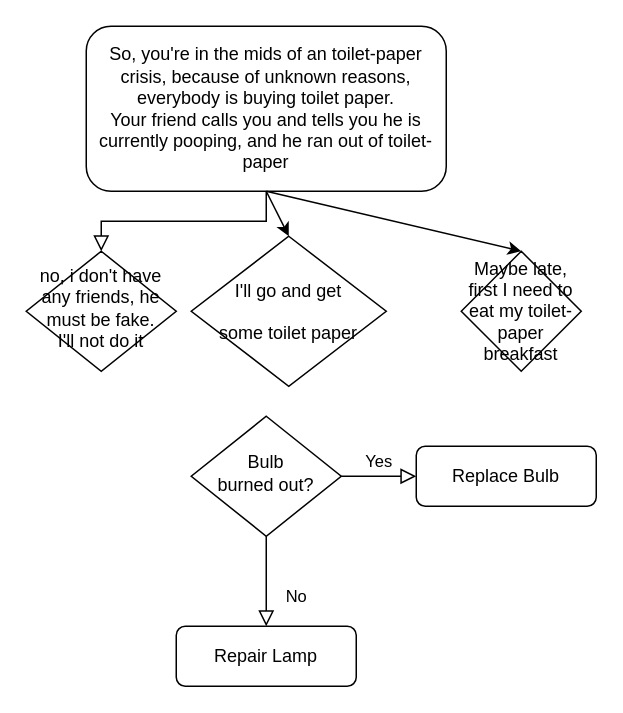
Above: Untitled Diagram.drawio in alx365/Story-for-Toiletpaper-Please (draw.io), before the change. Source tidied: cells renumbered, new cells numbered last; positions are measured from the earlier drawing's top-left corner, leaving out a move shared by most shapes. Both pictures are drawn from the tidied source at 150%, with x=0, y=0 at pixel (26, 26).
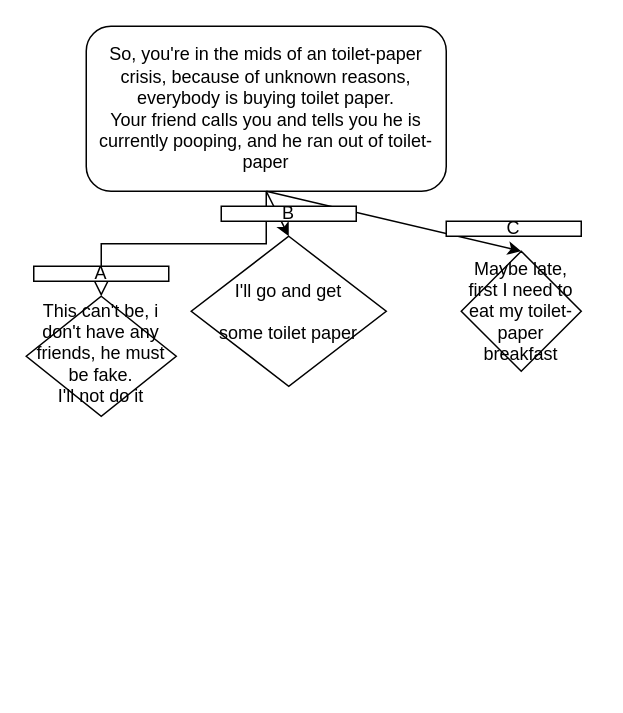
Above is the later version.

The edit, as a diff of the source:
```diff
@@
 <mxGraphModel>
   <root>
     <mxCell id="0" />
     <mxCell id="1" parent="0" />
     <mxCell id="2" style="rounded=0;html=1;jettySize=auto;fontSize=11;endArrow=block;endFill=0;endSize=8;strokeWidth=1;shadow=0;labelBackgroundColor=none;edgeStyle=orthogonalEdgeStyle;" parent="1" edge="1" source="3" target="4">
       <mxGeometry relative="1" as="geometry" />
     </mxCell>
     <mxCell id="3" value="&lt;div&gt;So, you're in the mids of an toilet-paper crisis, because of unknown reasons, everybody is buying toilet paper.&lt;/div&gt;&lt;div&gt;Your friend calls you and tells you he is currently pooping, and he ran out of toilet-paper&lt;br&gt;&lt;/div&gt;" style="rounded=1;whiteSpace=wrap;html=1;fontSize=12;glass=0;strokeWidth=1;shadow=0;" parent="1" vertex="1">
       <mxGeometry x="40" width="240" height="110" as="geometry" />
     </mxCell>
-    <mxCell id="4" value="&lt;div&gt;no, i don't have any friends, he must be fake.&lt;/div&gt;&lt;div&gt;I'll not do it&lt;br&gt;&lt;/div&gt;" style="rhombus;whiteSpace=wrap;html=1;shadow=0;fontFamily=Helvetica;fontSize=12;align=center;strokeWidth=1;spacing=6;spacingTop=-4;" parent="1" vertex="1">
-      <mxGeometry y="150" width="100" height="80" as="geometry" />
+    <mxCell id="4" value="&lt;div&gt;This can't be, i don't have any friends, he must be fake.&lt;/div&gt;&lt;div&gt;I'll not do it&lt;br&gt;&lt;/div&gt;" style="rhombus;whiteSpace=wrap;html=1;shadow=0;fontFamily=Helvetica;fontSize=12;align=center;strokeWidth=1;spacing=6;spacingTop=-4;" parent="1" vertex="1">
+      <mxGeometry y="180" width="100" height="80" as="geometry" />
     </mxCell>
-    <mxCell id="5" value="No" style="rounded=0;html=1;jettySize=auto;fontSize=11;endArrow=block;endFill=0;endSize=8;strokeWidth=1;shadow=0;labelBackgroundColor=none;edgeStyle=orthogonalEdgeStyle;" parent="1" edge="1" source="7" target="8">
-      <mxGeometry x="0.33" y="20" relative="1" as="geometry" />
-    </mxCell>
-    <mxCell id="6" value="Yes" style="edgeStyle=orthogonalEdgeStyle;rounded=0;html=1;jettySize=auto;fontSize=11;endArrow=block;endFill=0;endSize=8;strokeWidth=1;shadow=0;labelBackgroundColor=none;" parent="1" edge="1" source="7" target="9">
-      <mxGeometry y="10" relative="1" as="geometry" />
-    </mxCell>
-    <mxCell id="7" value="Bulb&lt;br&gt;burned out?" style="rhombus;whiteSpace=wrap;html=1;shadow=0;fontFamily=Helvetica;fontSize=12;align=center;strokeWidth=1;spacing=6;spacingTop=-4;" parent="1" vertex="1">
-      <mxGeometry x="110" y="260" width="100" height="80" as="geometry" />
-    </mxCell>
-    <mxCell id="8" value="Repair Lamp" style="rounded=1;whiteSpace=wrap;html=1;fontSize=12;glass=0;strokeWidth=1;shadow=0;" parent="1" vertex="1">
-      <mxGeometry x="100" y="400" width="120" height="40" as="geometry" />
-    </mxCell>
-    <mxCell id="9" value="Replace Bulb" style="rounded=1;whiteSpace=wrap;html=1;fontSize=12;glass=0;strokeWidth=1;shadow=0;" parent="1" vertex="1">
-      <mxGeometry x="260" y="280" width="120" height="40" as="geometry" />
-    </mxCell>
     <mxCell id="10" value="I'll go and get &#10;&#10;some toilet paper" style="rhombus;" parent="1" vertex="1">
       <mxGeometry x="110" y="140" width="130" height="100" as="geometry" />
     </mxCell>
     <mxCell id="11" value="Maybe late, first I need to eat my toilet-paper breakfast" style="rhombus;whiteSpace=wrap;html=1;" parent="1" vertex="1">
       <mxGeometry x="290" y="150" width="80" height="80" as="geometry" />
     </mxCell>
     <mxCell id="12" style="endArrow=classic;html=1;exitX=0.5;exitY=1;exitDx=0;exitDy=0;entryX=0.5;entryY=0;entryDx=0;entryDy=0;" parent="1" edge="1" source="3" target="10">
       <mxGeometry relative="1" as="geometry" />
     </mxCell>
     <mxCell id="13" style="endArrow=classic;html=1;exitX=0.5;exitY=1;exitDx=0;exitDy=0;entryX=0.5;entryY=0;entryDx=0;entryDy=0;" parent="1" edge="1" source="3" target="11">
       <mxGeometry relative="1" as="geometry" />
     </mxCell>
+    <mxCell id="14" value="A" style="rounded=0;whiteSpace=wrap;html=1;" parent="1" vertex="1">
+      <mxGeometry x="5" y="160" width="90" height="10" as="geometry" />
+    </mxCell>
+    <mxCell id="15" value="B" style="rounded=0;whiteSpace=wrap;html=1;" parent="1" vertex="1">
+      <mxGeometry x="130" y="120" width="90" height="10" as="geometry" />
+    </mxCell>
+    <mxCell id="16" value="C" style="rounded=0;whiteSpace=wrap;html=1;" parent="1" vertex="1">
+      <mxGeometry x="280" y="130" width="90" height="10" as="geometry" />
+    </mxCell>
   </root>
 </mxGraphModel>
```
